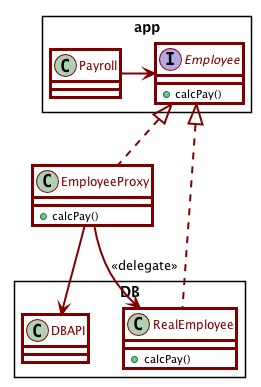
Earlier version of the PlantUML export images/adapter.png (skiadas/SoftwareDevelopmentPracticumCourse). Source of this version:
```plantuml
@startuml

skinparam shadowing false
skinparam packageStyle rectangle

skinparam class {
  BackgroundColor White
  BorderThickness 3
  ArrowThickness 2
  ArrowColor Maroon
  BorderColor Maroon
  FontColor Maroon
}

package app {
  class Payroll
  interface Employee {
    + calcPay()
  }
}

package DB {
  class DBAPI
  class RealEmployee {
    + calcPay()
  }
}

class EmployeeProxy {
   + calcPay()
}

Employee <|.. EmployeeProxy
Payroll -> Employee
Employee <|.. RealEmployee
EmployeeProxy --> RealEmployee : <<delegate>>
EmployeeProxy -> DBAPI

@enduml
```
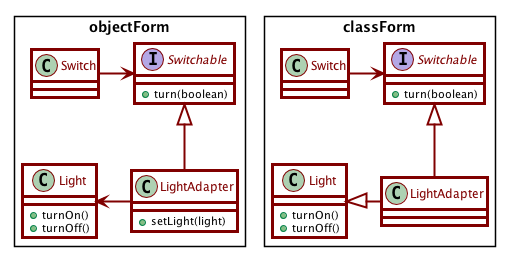
The same diagram one commit later.

Diff of the diagram source:
```diff
@@ -12,28 +12,45 @@
   FontColor Maroon
 }
 
-package app {
-  class Payroll
-  interface Employee {
-    + calcPay()
-  }
+package objectForm {
+
+class Switch
+    interface Switchable {
+        + turn(boolean)
+      }
+
+    Switch -> Switchable
+
+    class Light {
+        + turnOn()
+        + turnOff()
+    }
+
+    class LightAdapter {
+        + setLight(light)
+    }
+
+    Switchable <|-- LightAdapter
+    Light <- LightAdapter
 }
 
-package DB {
-  class DBAPI
-  class RealEmployee {
-    + calcPay()
-  }
+package classForm {
+
+class Switch2 as "Switch"
+    interface Switchable2 as "Switchable" {
+        + turn(boolean)
+      }
+
+    Switch2 -> Switchable2
+
+    class Light2 as "Light" {
+        + turnOn()
+        + turnOff()
+    }
+
+    class LightAdapter2 as "LightAdapter"
+
+    Switchable2 <|-- LightAdapter2
+    Light2 <|- LightAdapter2
 }
-
-class EmployeeProxy {
-   + calcPay()
-}
-
-Employee <|.. EmployeeProxy
-Payroll -> Employee
-Employee <|.. RealEmployee
-EmployeeProxy --> RealEmployee : <<delegate>>
-EmployeeProxy -> DBAPI
-
 @enduml
```
